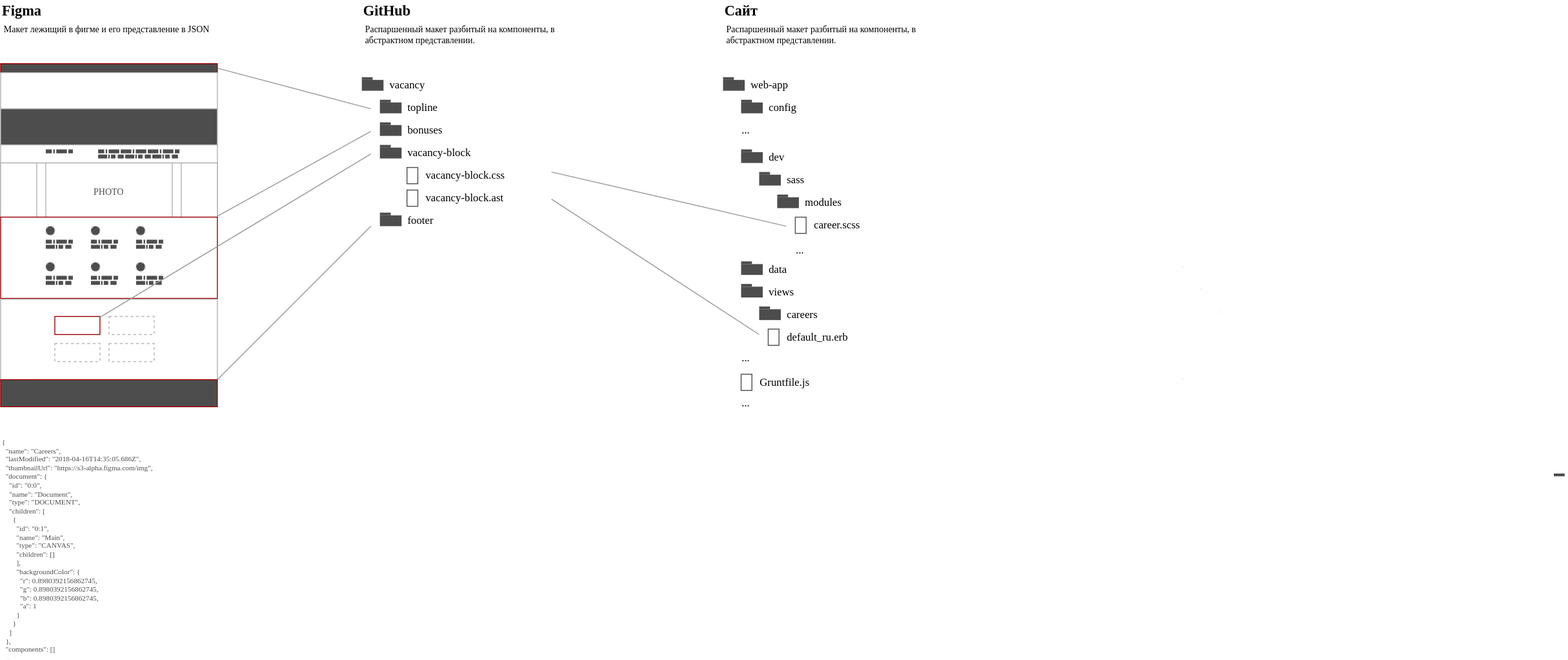
ajile/draw-io keeps this draw.io diagram as ambitious-figma.svg. Above is the earlier version. Source tidied: cells renumbered, new cells last; positions are measured from the earlier drawing's top-left corner, leaving out a move shared by most shapes.
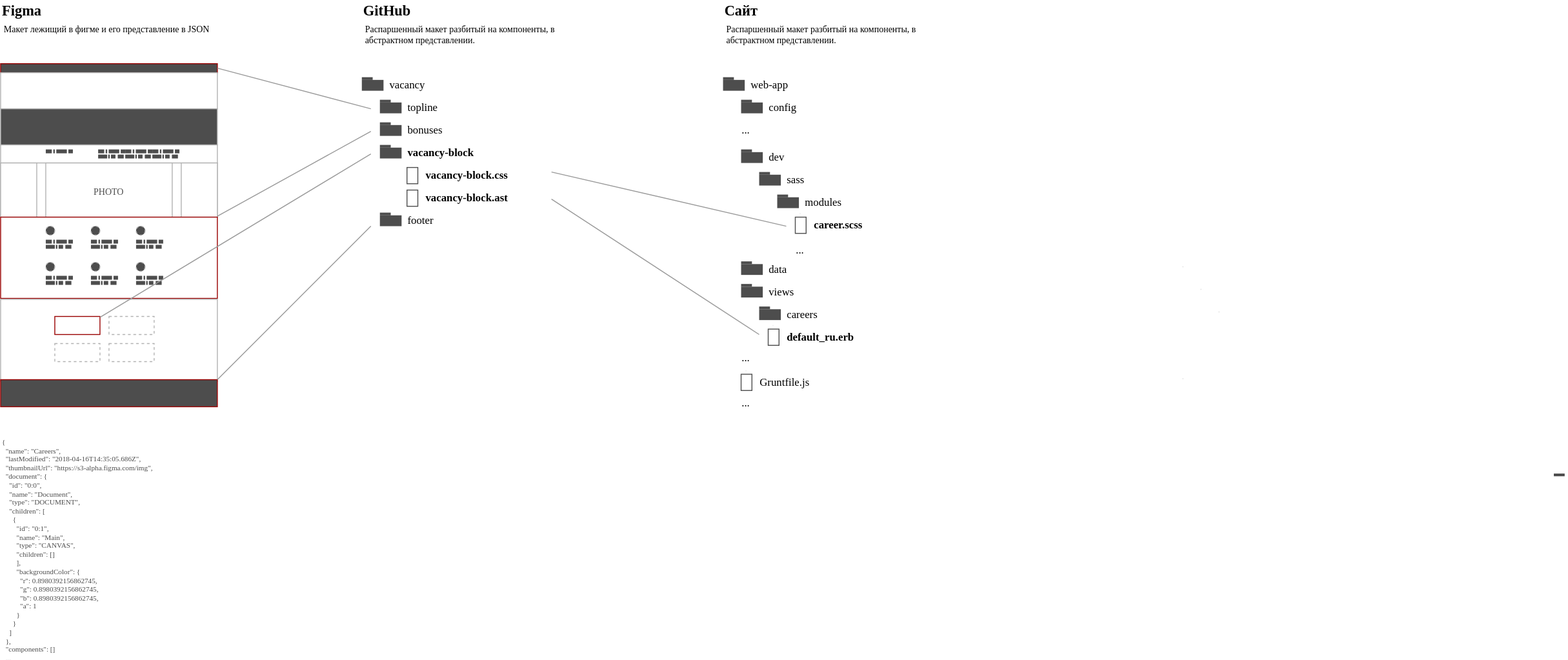
The same file after the commit.

The edit, as a diff of the source:
```diff
@@ -486,7 +486,7 @@
     <mxCell id="163" style="rounded=0;whiteSpace=wrap;html=1;shadow=0;strokeColor=none;strokeWidth=1;fillColor=#4D4D4D;fontFamily=Verdana;fontSize=10;fontColor=#000000;align=left;" parent="162" vertex="1">
       <mxGeometry width="24" height="12" as="geometry" />
     </mxCell>
-    <mxCell id="164" value="vacancy-block&lt;br style=&quot;font-size: 12px&quot;&gt;" style="text;html=1;strokeColor=none;fillColor=none;align=left;verticalAlign=middle;whiteSpace=wrap;rounded=0;shadow=0;fontFamily=Verdana;fontSize=12;fontColor=#000000;spacingLeft=5;" parent="98" vertex="1">
+    <mxCell id="164" value="vacancy-block&lt;br style=&quot;font-size: 12px&quot;&gt;" style="text;html=1;strokeColor=none;fillColor=none;align=left;verticalAlign=middle;whiteSpace=wrap;rounded=0;shadow=0;fontFamily=Verdana;fontSize=12;fontColor=#000000;spacingLeft=5;fontStyle=1;" parent="98" vertex="1">
       <mxGeometry x="444" y="158" width="136" height="20" as="geometry" />
     </mxCell>
     <mxCell id="165" style="group;strokeColor=none;" parent="98" vertex="1">
@@ -561,7 +561,7 @@
     <mxCell id="184" style="rounded=0;whiteSpace=wrap;html=1;shadow=0;strokeColor=#4D4D4D;strokeWidth=1;fillColor=#ffffff;fontFamily=Verdana;fontSize=10;fontColor=#000000;align=left;gradientColor=none;" parent="183" vertex="1">
       <mxGeometry y="-1" width="12" height="18" as="geometry" />
     </mxCell>
-    <mxCell id="185" value="vacancy-block.css&lt;br style=&quot;font-size: 12px&quot;&gt;" style="text;html=1;strokeColor=none;fillColor=none;align=left;verticalAlign=middle;whiteSpace=wrap;rounded=0;shadow=0;fontFamily=Verdana;fontSize=12;fontColor=#000000;spacingLeft=5;" parent="98" vertex="1">
+    <mxCell id="185" value="vacancy-block.css&lt;br style=&quot;font-size: 12px&quot;&gt;" style="text;html=1;strokeColor=none;fillColor=none;align=left;verticalAlign=middle;whiteSpace=wrap;rounded=0;shadow=0;fontFamily=Verdana;fontSize=12;fontColor=#000000;spacingLeft=5;fontStyle=1;" parent="98" vertex="1">
       <mxGeometry x="464" y="183" width="136" height="20" as="geometry" />
     </mxCell>
     <mxCell id="186" style="group;strokeColor=none;" parent="98" vertex="1">
@@ -579,7 +579,7 @@
     <mxCell id="189" style="rounded=0;whiteSpace=wrap;html=1;shadow=0;strokeColor=#4D4D4D;strokeWidth=1;fillColor=#ffffff;fontFamily=Verdana;fontSize=10;fontColor=#000000;align=left;gradientColor=none;" parent="188" vertex="1">
       <mxGeometry y="-1" width="12" height="18" as="geometry" />
     </mxCell>
-    <mxCell id="190" value="vacancy-block.ast&lt;br style=&quot;font-size: 12px&quot;&gt;" style="text;html=1;strokeColor=none;fillColor=none;align=left;verticalAlign=middle;whiteSpace=wrap;rounded=0;shadow=0;fontFamily=Verdana;fontSize=12;fontColor=#000000;spacingLeft=5;" parent="98" vertex="1">
+    <mxCell id="190" value="vacancy-block.ast&lt;br style=&quot;font-size: 12px&quot;&gt;" style="text;html=1;strokeColor=none;fillColor=none;align=left;verticalAlign=middle;whiteSpace=wrap;rounded=0;shadow=0;fontFamily=Verdana;fontSize=12;fontColor=#000000;spacingLeft=5;fontStyle=1;" parent="98" vertex="1">
       <mxGeometry x="464" y="208" width="136" height="20" as="geometry" />
     </mxCell>
     <mxCell id="191" value="Сайт" style="text;html=1;strokeColor=none;fillColor=none;align=left;verticalAlign=middle;whiteSpace=wrap;rounded=0;shadow=0;dashed=1;fontFamily=Verdana;fontSize=16;fontColor=#000000;fontStyle=1;" parent="98" vertex="1">
@@ -726,7 +726,7 @@
     <mxCell id="235" style="rounded=0;whiteSpace=wrap;html=1;shadow=0;strokeColor=#4D4D4D;strokeWidth=1;fillColor=#ffffff;fontFamily=Verdana;fontSize=10;fontColor=#000000;align=left;gradientColor=none;" parent="234" vertex="1">
       <mxGeometry y="-1" width="12" height="18" as="geometry" />
     </mxCell>
-    <mxCell id="236" value="default_ru.erb&lt;br style=&quot;font-size: 12px&quot;&gt;" style="text;html=1;strokeColor=none;fillColor=none;align=left;verticalAlign=middle;whiteSpace=wrap;rounded=0;shadow=0;fontFamily=Verdana;fontSize=12;fontColor=#000000;spacingLeft=5;" parent="98" vertex="1">
+    <mxCell id="236" value="default_ru.erb&lt;br style=&quot;font-size: 12px&quot;&gt;" style="text;html=1;strokeColor=none;fillColor=none;align=left;verticalAlign=middle;whiteSpace=wrap;rounded=0;shadow=0;fontFamily=Verdana;fontSize=12;fontColor=#000000;spacingLeft=5;fontStyle=1;" parent="98" vertex="1">
       <mxGeometry x="864" y="362" width="136" height="20" as="geometry" />
     </mxCell>
     <mxCell id="237" value="...&lt;br style=&quot;font-size: 12px&quot;&gt;" style="text;html=1;strokeColor=none;fillColor=none;align=left;verticalAlign=middle;whiteSpace=wrap;rounded=0;shadow=0;fontFamily=Verdana;fontSize=12;fontColor=#000000;spacingLeft=5;" parent="98" vertex="1">
@@ -828,7 +828,7 @@
     <mxCell id="264" style="rounded=0;whiteSpace=wrap;html=1;shadow=0;strokeColor=#4D4D4D;strokeWidth=1;fillColor=#ffffff;fontFamily=Verdana;fontSize=10;fontColor=#000000;align=left;gradientColor=none;" parent="263" vertex="1">
       <mxGeometry y="-1" width="12" height="18" as="geometry" />
     </mxCell>
-    <mxCell id="265" value="career.scss&lt;br style=&quot;font-size: 12px&quot;&gt;" style="text;html=1;strokeColor=none;fillColor=none;align=left;verticalAlign=middle;whiteSpace=wrap;rounded=0;shadow=0;fontFamily=Verdana;fontSize=12;fontColor=#000000;spacingLeft=5;" parent="98" vertex="1">
+    <mxCell id="265" value="career.scss&lt;br style=&quot;font-size: 12px&quot;&gt;" style="text;html=1;strokeColor=none;fillColor=none;align=left;verticalAlign=middle;whiteSpace=wrap;rounded=0;shadow=0;fontFamily=Verdana;fontSize=12;fontColor=#000000;spacingLeft=5;fontStyle=1;" parent="98" vertex="1">
       <mxGeometry x="894" y="238" width="136" height="20" as="geometry" />
     </mxCell>
     <mxCell id="266" value="...&lt;br style=&quot;font-size: 12px&quot;&gt;" style="text;html=1;strokeColor=none;fillColor=none;align=left;verticalAlign=middle;whiteSpace=wrap;rounded=0;shadow=0;fontFamily=Verdana;fontSize=12;fontColor=#000000;spacingLeft=5;" parent="98" vertex="1">
```
